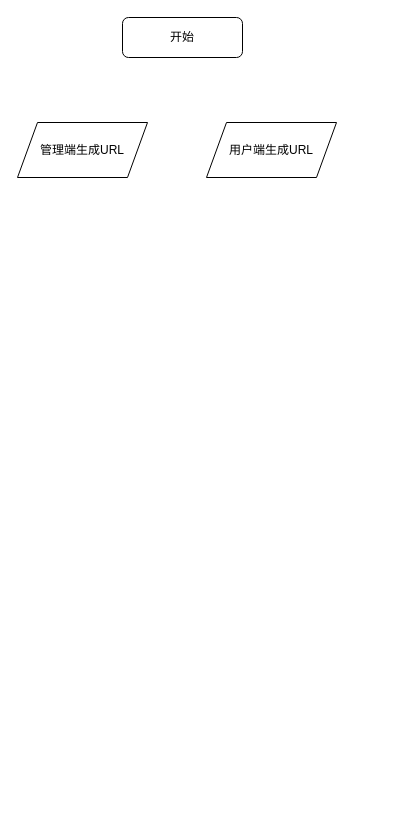
This is auth-url.drawio from HurryUpWb/pdf, a draw.io file, before an edit. Source tidied: cells renumbered, new cells numbered last; positions are measured from the earlier drawing's top-left corner, leaving out a move shared by most shapes. Both pictures are drawn from the tidied source at 100%, with x=0, y=0 at pixel (17, 17).
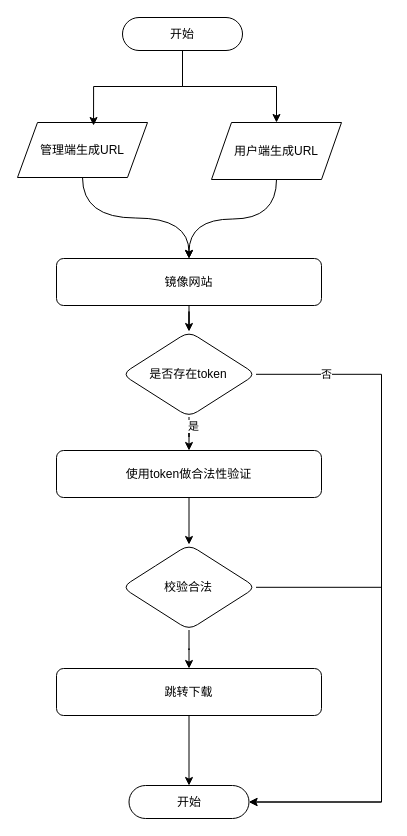
The same diagram, later.

The change refers to these unchanged cells:
```xml
<mxCell id="3" value="管理端生成URL" style="shape=parallelogram;perimeter=parallelogramPerimeter;whiteSpace=wrap;html=1;fixedSize=1;" parent="1" vertex="1">
  <mxGeometry y="105" width="130" height="55" as="geometry" />
</mxCell>
```

What changed in the source:
```diff
@@
+    <mxCell id="5" style="edgeStyle=orthogonalEdgeStyle;rounded=0;jettySize=auto;html=1;" parent="1" edge="1" source="2" target="4">
+      <mxGeometry relative="1" as="geometry" />
+    </mxCell>
-    <mxCell id="2" value="开始" style="rounded=1;whiteSpace=wrap;html=1;" parent="1" vertex="1">
-      <mxGeometry x="105" width="120" height="40" as="geometry" />
+    <mxCell id="2" value="开始" style="rounded=1;whiteSpace=wrap;html=1;arcSize=50;" parent="1" vertex="1">
+      <mxGeometry x="105" width="120" height="33" as="geometry" />
     </mxCell>
+    <mxCell id="6" style="edgeStyle=orthogonalEdgeStyle;rounded=0;jettySize=auto;html=1;entryX=0.5;entryY=0;entryDx=0;entryDy=0;curved=1;" parent="1" edge="1" source="3" target="10">
+      <mxGeometry relative="1" as="geometry" />
+    </mxCell>
@@
+    <mxCell id="7" style="edgeStyle=orthogonalEdgeStyle;rounded=0;jettySize=auto;html=1;entryX=0.5;entryY=0;entryDx=0;entryDy=0;curved=1;" parent="1" edge="1" source="4" target="10">
+      <mxGeometry relative="1" as="geometry" />
+    </mxCell>
     <mxCell id="4" value="用户端生成URL" style="shape=parallelogram;perimeter=parallelogramPerimeter;whiteSpace=wrap;html=1;fixedSize=1;" parent="1" vertex="1">
-      <mxGeometry x="189" y="105" width="130" height="55" as="geometry" />
+      <mxGeometry x="194" y="105" width="130" height="57" as="geometry" />
     </mxCell>
+    <mxCell id="8" style="edgeStyle=orthogonalEdgeStyle;rounded=0;jettySize=auto;html=1;entryX=0.585;entryY=0.055;entryDx=0;entryDy=0;entryPerimeter=0;" parent="1" edge="1" source="2" target="3">
+      <mxGeometry relative="1" as="geometry" />
+    </mxCell>
+    <mxCell id="9" style="edgeStyle=orthogonalEdgeStyle;rounded=0;jettySize=auto;html=1;" parent="1" edge="1" source="10" target="15">
+      <mxGeometry relative="1" as="geometry" />
+    </mxCell>
+    <mxCell id="10" value="镜像网站" style="rounded=1;whiteSpace=wrap;html=1;" parent="1" vertex="1">
+      <mxGeometry x="39" y="241" width="265" height="47" as="geometry" />
+    </mxCell>
+    <mxCell id="11" style="edgeStyle=orthogonalEdgeStyle;rounded=0;jettySize=auto;html=1;" parent="1" edge="1" source="15" target="17">
+      <mxGeometry relative="1" as="geometry" />
+    </mxCell>
+    <mxCell id="12" value="是" style="edgeLabel;html=1;align=center;verticalAlign=middle;" parent="11" vertex="1">
+      <mxGeometry x="-0.67" y="3" relative="1" as="geometry">
+        <mxPoint x="1" y="1" as="offset" />
+      </mxGeometry>
+    </mxCell>
+    <mxCell id="13" style="edgeStyle=orthogonalEdgeStyle;rounded=0;jettySize=auto;html=1;entryX=1;entryY=0.5;entryDx=0;entryDy=0;" parent="1" edge="1" source="15" target="23">
+      <mxGeometry relative="1" as="geometry">
+        <Array as="points">
+          <mxPoint x="364" y="357" />
+          <mxPoint x="364" y="785" />
+        </Array>
+      </mxGeometry>
+    </mxCell>
+    <mxCell id="14" value="否" style="edgeLabel;html=1;align=center;verticalAlign=middle;" parent="13" vertex="1">
+      <mxGeometry x="-0.7" y="-3" relative="1" as="geometry">
+        <mxPoint x="-33" y="-3" as="offset" />
+      </mxGeometry>
+    </mxCell>
+    <mxCell id="15" value="是否存在token" style="rhombus;whiteSpace=wrap;html=1;rounded=1;" parent="1" vertex="1">
+      <mxGeometry x="104.4" y="314" width="134.2" height="85.5" as="geometry" />
+    </mxCell>
+    <mxCell id="16" style="edgeStyle=orthogonalEdgeStyle;rounded=0;jettySize=auto;html=1;" parent="1" edge="1" source="17" target="20">
+      <mxGeometry relative="1" as="geometry" />
+    </mxCell>
+    <mxCell id="17" value="使用token做合法性验证" style="rounded=1;whiteSpace=wrap;html=1;" parent="1" vertex="1">
+      <mxGeometry x="39" y="433" width="265" height="47" as="geometry" />
+    </mxCell>
+    <mxCell id="18" style="edgeStyle=orthogonalEdgeStyle;rounded=0;jettySize=auto;html=1;" parent="1" edge="1" source="20" target="22">
+      <mxGeometry relative="1" as="geometry" />
+    </mxCell>
+    <mxCell id="19" style="edgeStyle=orthogonalEdgeStyle;rounded=0;jettySize=auto;html=1;entryX=1;entryY=0.5;entryDx=0;entryDy=0;" parent="1" edge="1" source="20" target="23">
+      <mxGeometry relative="1" as="geometry">
+        <Array as="points">
+          <mxPoint x="364" y="570" />
+          <mxPoint x="364" y="785" />
+        </Array>
+      </mxGeometry>
+    </mxCell>
+    <mxCell id="20" value="校验合法" style="rhombus;whiteSpace=wrap;html=1;rounded=1;" parent="1" vertex="1">
+      <mxGeometry x="104.4" y="527" width="134.2" height="85.5" as="geometry" />
+    </mxCell>
+    <mxCell id="21" style="edgeStyle=orthogonalEdgeStyle;rounded=0;jettySize=auto;html=1;" parent="1" edge="1" source="22" target="23">
+      <mxGeometry relative="1" as="geometry" />
+    </mxCell>
+    <mxCell id="22" value="跳转下载" style="rounded=1;whiteSpace=wrap;html=1;" parent="1" vertex="1">
+      <mxGeometry x="39" y="651" width="265" height="47" as="geometry" />
+    </mxCell>
+    <mxCell id="23" value="开始" style="rounded=1;whiteSpace=wrap;html=1;arcSize=50;" parent="1" vertex="1">
+      <mxGeometry x="111.5" y="768" width="120" height="33" as="geometry" />
+    </mxCell>
```
